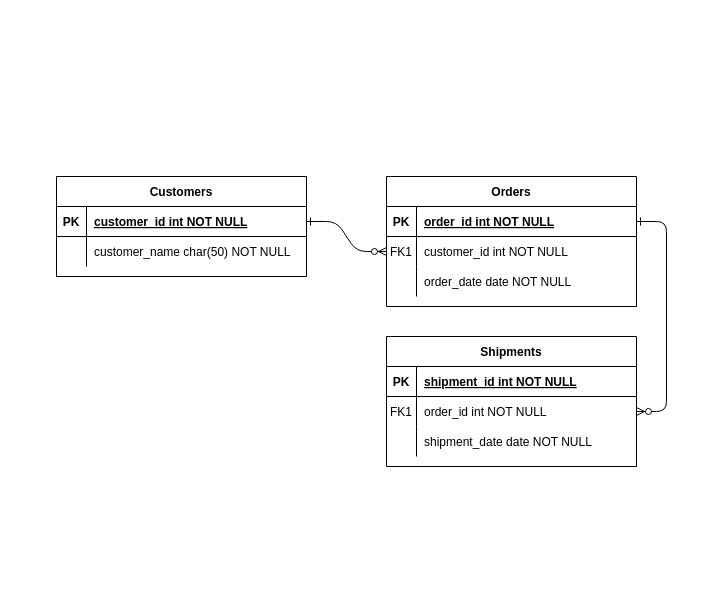
This is ER1.drawio from lfiathan/basis-data, a draw.io file, before an edit. Source tidied: cells renumbered, new cells numbered last; positions are measured from the earlier drawing's top-left corner, leaving out a move shared by most shapes. Both pictures are drawn from the tidied source at 100%, with x=0, y=0 at pixel (56, 176).
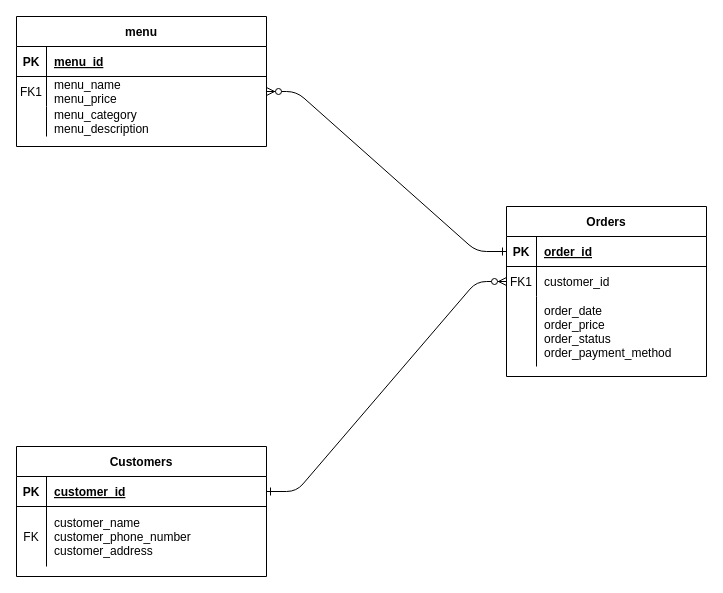
The same diagram, later.

Unchanged cells that the change refers to:
```xml
<mxCell id="15" style="shape=partialRectangle;fillColor=none;top=0;left=0;right=0;bottom=1;" parent="14" vertex="1">
  <mxGeometry y="30" width="250" height="30" as="geometry" />
</mxCell>
<mxCell id="18" style="shape=partialRectangle;fillColor=none;points=[[0,0.5],[1,0.5]];portConstraint=eastwest;top=0;left=0;right=0;bottom=0;" parent="14" vertex="1">
  <mxGeometry y="60" width="250" height="30" as="geometry" />
</mxCell>
<mxCell id="21" style="shape=partialRectangle;fillColor=none;top=0;left=0;right=0;bottom=0;" parent="14" vertex="1">
  <mxGeometry y="90" width="250" height="30" as="geometry" />
</mxCell>
<mxCell id="25" style="shape=partialRectangle;fillColor=none;points=[[0,0.5],[1,0.5]];portConstraint=eastwest;top=0;left=0;right=0;bottom=1;" parent="24" vertex="1">
  <mxGeometry y="30" width="250" height="30" as="geometry" />
</mxCell>
```

Change to the diagram source:
```diff
@@
     <mxCell id="4" value="Orders" style="shape=table;startSize=30;childLayout=tableLayout;rowLines=0;fontStyle=1;align=center;" parent="1" vertex="1">
-      <mxGeometry x="330" width="250" height="130" as="geometry" />
+      <mxGeometry x="450" y="30" width="200" height="170" as="geometry" />
     </mxCell>
     <mxCell id="5" style="shape=partialRectangle;fillColor=none;points=[[0,0.5],[1,0.5]];portConstraint=eastwest;top=0;left=0;right=0;bottom=1;" parent="4" vertex="1">
-      <mxGeometry y="30" width="250" height="30" as="geometry" />
+      <mxGeometry y="30" width="200" height="30" as="geometry" />
     </mxCell>
@@
-    <mxCell id="7" value="order_id int NOT NULL " style="shape=partialRectangle;overflow=hidden;fillColor=none;top=0;left=0;bottom=0;right=0;align=left;spacingLeft=6;fontStyle=5;" parent="5" vertex="1">
-      <mxGeometry x="30" width="220" height="30" as="geometry" />
+    <mxCell id="7" value="order_id" style="shape=partialRectangle;overflow=hidden;fillColor=none;top=0;left=0;bottom=0;right=0;align=left;spacingLeft=6;fontStyle=5;" parent="5" vertex="1">
+      <mxGeometry x="30" width="170" height="30" as="geometry" />
     </mxCell>
     <mxCell id="8" style="shape=partialRectangle;fillColor=none;points=[[0,0.5],[1,0.5]];portConstraint=eastwest;top=0;left=0;right=0;bottom=0;" parent="4" vertex="1">
-      <mxGeometry y="60" width="250" height="30" as="geometry" />
+      <mxGeometry y="60" width="200" height="30" as="geometry" />
     </mxCell>
@@
-    <mxCell id="10" value="customer_id int NOT NULL" style="shape=partialRectangle;overflow=hidden;fillColor=none;top=0;left=0;bottom=0;right=0;align=left;spacingLeft=6;" parent="8" vertex="1">
-      <mxGeometry x="30" width="220" height="30" as="geometry" />
+    <mxCell id="10" value="customer_id" style="shape=partialRectangle;overflow=hidden;fillColor=none;top=0;left=0;bottom=0;right=0;align=left;spacingLeft=6;" parent="8" vertex="1">
+      <mxGeometry x="30" width="170" height="30" as="geometry" />
     </mxCell>
     <mxCell id="11" style="shape=partialRectangle;fillColor=none;top=0;left=0;right=0;bottom=0;" parent="4" vertex="1">
-      <mxGeometry y="90" width="250" height="30" as="geometry" />
+      <mxGeometry y="90" width="200" height="70" as="geometry" />
     </mxCell>
     <mxCell id="12" style="shape=partialRectangle;overflow=hidden;fillColor=none;top=0;left=0;bottom=0;right=0;" parent="11" vertex="1">
-      <mxGeometry width="30" height="30" as="geometry" />
+      <mxGeometry width="30" height="70" as="geometry" />
     </mxCell>
-    <mxCell id="13" value="order_date date NOT NULL" style="shape=partialRectangle;overflow=hidden;fillColor=none;top=0;left=0;bottom=0;right=0;align=left;spacingLeft=6;" parent="11" vertex="1">
-      <mxGeometry x="30" width="220" height="30" as="geometry" />
+    <mxCell id="13" value="order_date&#10;order_price&#10;order_status&#10;order_payment_method" style="shape=partialRectangle;overflow=hidden;fillColor=none;top=0;left=0;bottom=0;right=0;align=left;spacingLeft=6;" parent="11" vertex="1">
+      <mxGeometry x="30" width="170" height="70" as="geometry" />
     </mxCell>
-    <mxCell id="14" value="Shipments" style="shape=table;startSize=30;childLayout=tableLayout;rowLines=0;fontStyle=1;align=center;" parent="1" vertex="1">
-      <mxGeometry x="330" y="160" width="250" height="130" as="geometry" />
+    <mxCell id="14" value="menu" style="shape=table;startSize=30;childLayout=tableLayout;rowLines=0;fontStyle=1;align=center;" parent="1" vertex="1">
+      <mxGeometry x="-40" y="-160" width="250" height="130" as="geometry" />
     </mxCell>
@@
-    <mxCell id="17" value="shipment_id int NOT NULL " style="shape=partialRectangle;overflow=hidden;fillColor=none;top=0;left=0;bottom=0;right=0;align=left;spacingLeft=6;fontStyle=5;" parent="15" vertex="1">
+    <mxCell id="17" value="menu_id" style="shape=partialRectangle;overflow=hidden;fillColor=none;top=0;left=0;bottom=0;right=0;align=left;spacingLeft=6;fontStyle=5;" parent="15" vertex="1">
       <mxGeometry x="30" width="220" height="30" as="geometry" />
     </mxCell>
@@
-    <mxCell id="20" value="order_id int NOT NULL" style="shape=partialRectangle;overflow=hidden;fillColor=none;top=0;left=0;bottom=0;right=0;align=left;spacingLeft=6;" parent="18" vertex="1">
+    <mxCell id="20" value="menu_name&#10;menu_price" style="shape=partialRectangle;overflow=hidden;fillColor=none;top=0;left=0;bottom=0;right=0;align=left;spacingLeft=6;" parent="18" vertex="1">
       <mxGeometry x="30" width="220" height="30" as="geometry" />
     </mxCell>
@@
-    <mxCell id="23" value="shipment_date date NOT NULL" style="shape=partialRectangle;overflow=hidden;fillColor=none;top=0;left=0;bottom=0;right=0;align=left;spacingLeft=6;" parent="21" vertex="1">
+    <mxCell id="23" value="menu_category&#10;menu_description" style="shape=partialRectangle;overflow=hidden;fillColor=none;top=0;left=0;bottom=0;right=0;align=left;spacingLeft=6;" parent="21" vertex="1">
       <mxGeometry x="30" width="220" height="30" as="geometry" />
     </mxCell>
     <mxCell id="24" value="Customers" style="shape=table;startSize=30;childLayout=tableLayout;rowLines=0;fontStyle=1;align=center;" parent="1" vertex="1">
-      <mxGeometry width="250" height="100" as="geometry" />
+      <mxGeometry x="-40" y="270" width="250" height="130" as="geometry" />
     </mxCell>
@@
-    <mxCell id="27" value="customer_id int NOT NULL " style="shape=partialRectangle;overflow=hidden;fillColor=none;top=0;left=0;bottom=0;right=0;align=left;spacingLeft=6;fontStyle=5;" parent="25" vertex="1">
+    <mxCell id="27" value="customer_id" style="shape=partialRectangle;overflow=hidden;fillColor=none;top=0;left=0;bottom=0;right=0;align=left;spacingLeft=6;fontStyle=5;" parent="25" vertex="1">
       <mxGeometry x="30" width="220" height="30" as="geometry" />
     </mxCell>
     <mxCell id="28" style="shape=partialRectangle;fillColor=none;top=0;left=0;right=0;bottom=0;" parent="24" vertex="1">
-      <mxGeometry y="60" width="250" height="30" as="geometry" />
+      <mxGeometry y="60" width="250" height="60" as="geometry" />
     </mxCell>
-    <mxCell id="29" style="shape=partialRectangle;overflow=hidden;fillColor=none;top=0;left=0;bottom=0;right=0;" parent="28" vertex="1">
-      <mxGeometry width="30" height="30" as="geometry" />
+    <mxCell id="29" value="FK" style="shape=partialRectangle;overflow=hidden;fillColor=none;top=0;left=0;bottom=0;right=0;" parent="28" vertex="1">
+      <mxGeometry width="30" height="60" as="geometry" />
     </mxCell>
-    <mxCell id="30" value="customer_name char(50) NOT NULL" style="shape=partialRectangle;overflow=hidden;fillColor=none;top=0;left=0;bottom=0;right=0;align=left;spacingLeft=6;" parent="28" vertex="1">
-      <mxGeometry x="30" width="220" height="30" as="geometry" />
+    <mxCell id="30" value="customer_name&#10;customer_phone_number&#10;customer_address" style="shape=partialRectangle;overflow=hidden;fillColor=none;top=0;left=0;bottom=0;right=0;align=left;spacingLeft=6;" parent="28" vertex="1">
+      <mxGeometry x="30" width="220" height="60" as="geometry" />
     </mxCell>
```
